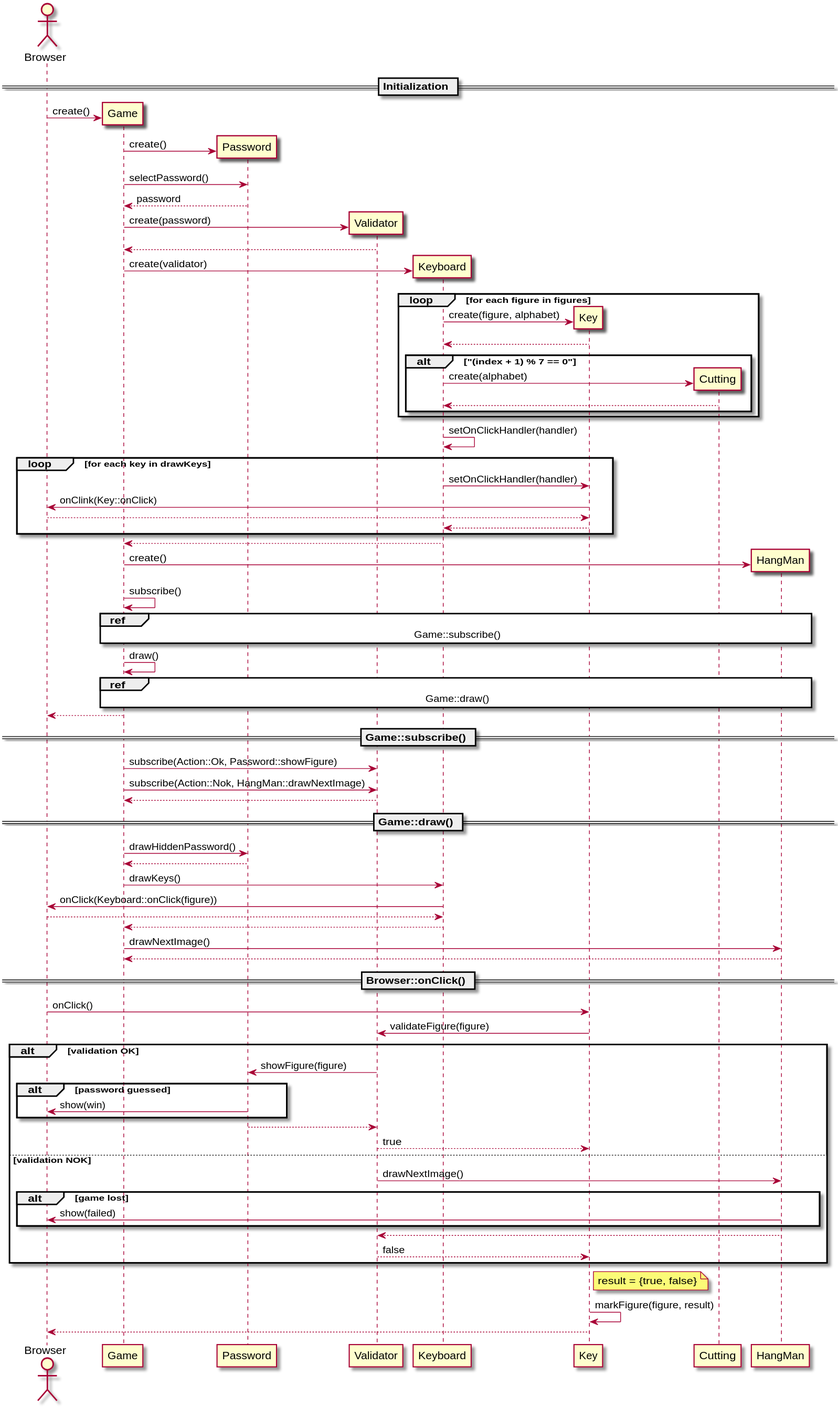
Earlier version of the PlantUML export doc/sequence_diagram.svg (JeraldStarr/Hang-Man). Its source is kept beside it as doc/sequence_diagram.plantuml.
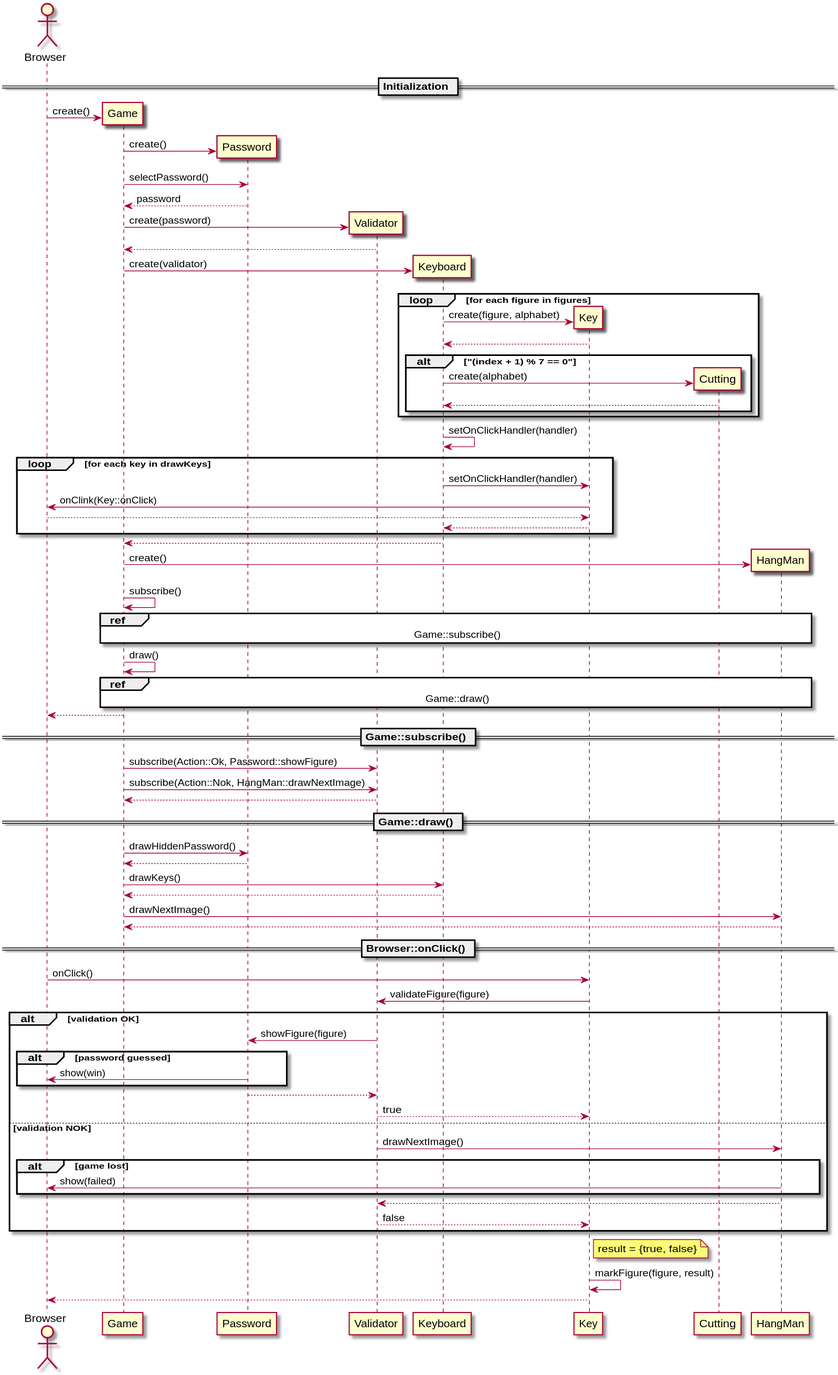
After the commit.

Commit message:
Removed unnecessary subscription to the browser from Keyboard class.

The edit, as a diff of the source:
```diff
@@ -63,8 +63,6 @@
 Game -> Password: drawHiddenPassword()
 Game <-- Password
 Game -> Keyboard: drawKeys()
-Keyboard -> Browser: onClick(Keyboard::onClick(figure))
-Keyboard <-- Browser
 Game <-- Keyboard
 Game -> HangMan: drawNextImage()
 Game <-- HangMan
```
